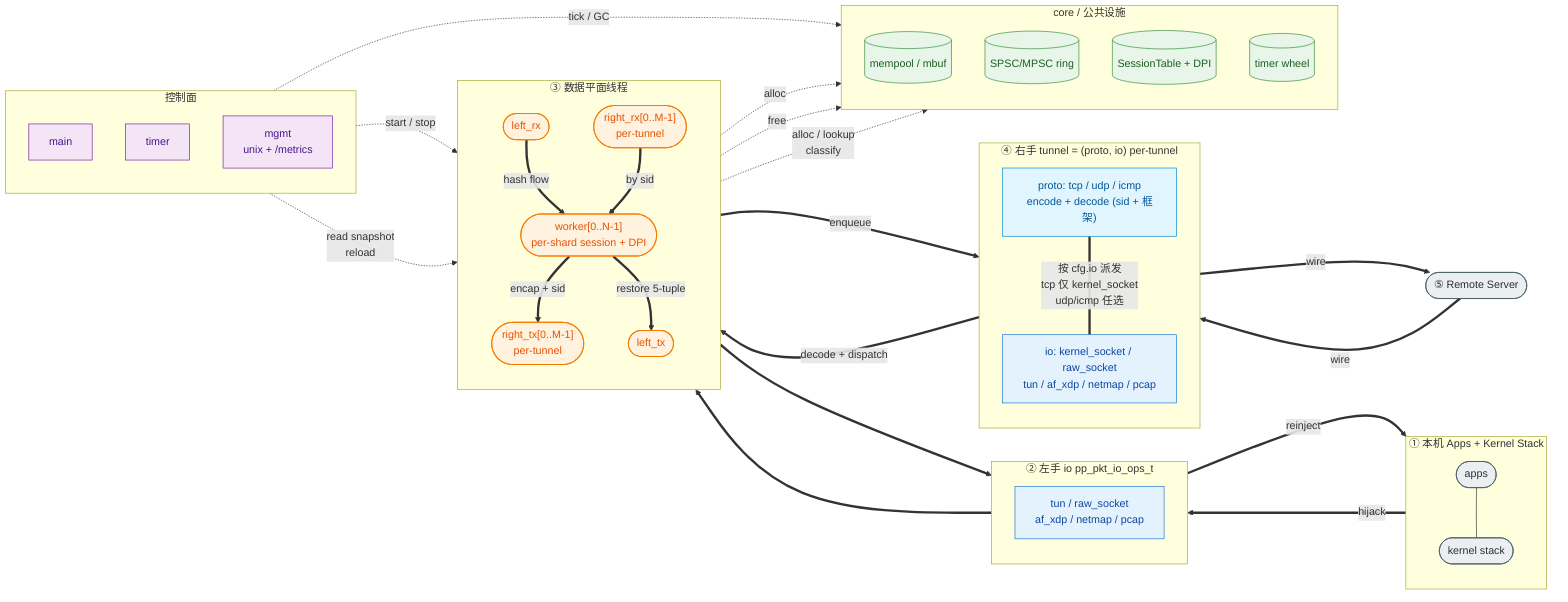
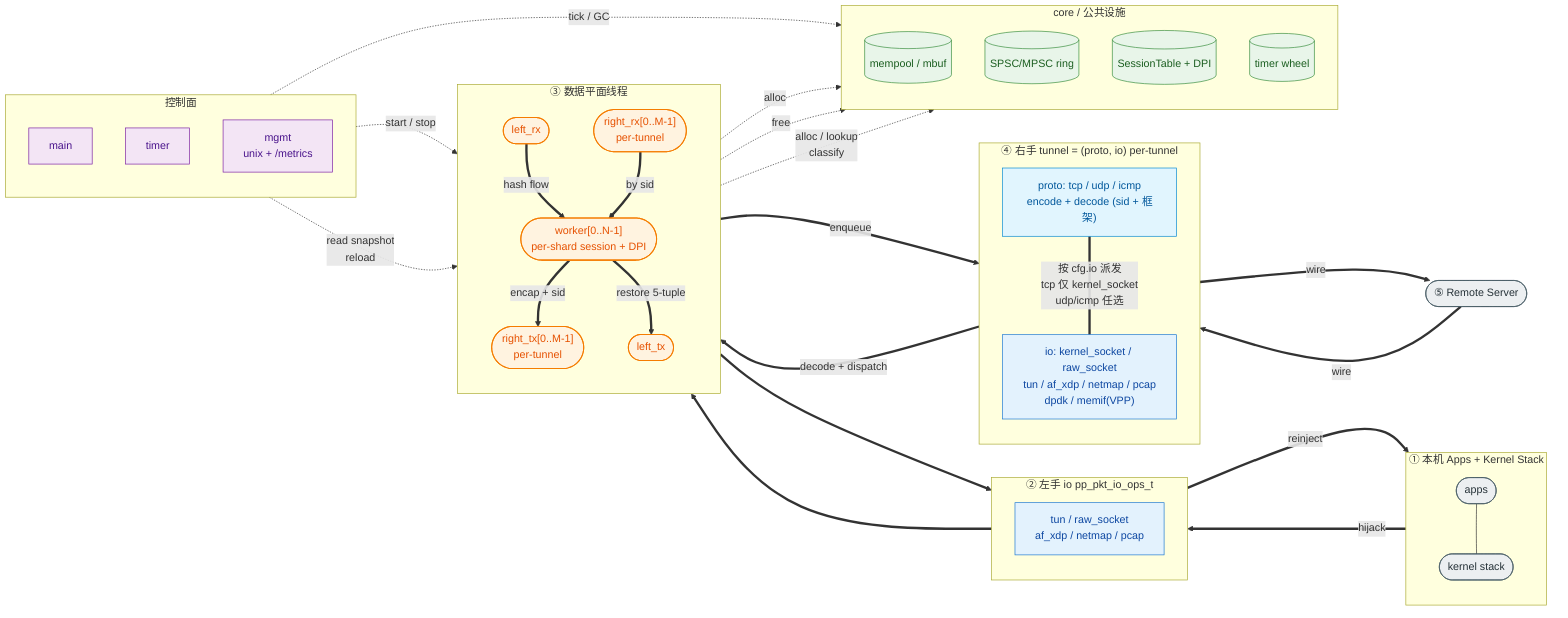
%% pproxy 总体架构
%% 设计原则：
%%   · 数据平面一条主干（粗箭头），从左到右读
%%   · 公共设施 / 控制面放两侧，用聚合虚线表示"使用 / 调度"
%%   · 右手 = proto（编码）+ io（怎么发字节），分两层但只画聚合边
%%     具体 (proto × io) 组合见 README 表格，避免在图里塞一堆交叉线
%%   · 配色：外部=灰 io=蓝 proto=浅蓝 线程=橙 core=绿 control=紫
flowchart LR
    classDef ext    fill:#ECEFF1,stroke:#455A64,color:#263238;
    classDef io     fill:#E3F2FD,stroke:#1976D2,color:#0D47A1;
    classDef proto  fill:#E1F5FE,stroke:#0288D1,color:#01579B;
    classDef thread fill:#FFF3E0,stroke:#F57C00,color:#E65100,stroke-width:1.5px;
    classDef core   fill:#E8F5E9,stroke:#388E3C,color:#1B5E20;
    classDef mgmt   fill:#F3E5F5,stroke:#7B1FA2,color:#4A148C;

    subgraph HOST["① 本机 Apps + Kernel Stack"]
        direction TB
        APP(["apps"]):::ext
        KS(["kernel stack"]):::ext
        APP --- KS
    end

    subgraph LIO["② 左手 io pp_pkt_io_ops_t"]
        direction TB
        TUN_L["tun / raw_socket<br/>af_xdp / netmap / pcap"]:::io
    end

    subgraph DP["③ 数据平面线程"]
        direction TB
        LRX(["left_rx"]):::thread
        WK(["worker[0..N-1]<br/>per-shard session + DPI"]):::thread
        LTX(["left_tx"]):::thread
        RTX(["right_tx[0..M-1]<br/>per-tunnel"]):::thread
        RRX(["right_rx[0..M-1]<br/>per-tunnel"]):::thread
    end

    subgraph RTUN["④ 右手 tunnel = (proto, io) per-tunnel"]
        direction TB
        RPROTO["proto: tcp / udp / icmp<br/>encode + decode (sid + 框架)"]:::proto
-         RIOX["io: kernel_socket / raw_socket<br/>tun / af_xdp / netmap / pcap"]:::io
+         RIOX["io: kernel_socket / raw_socket<br/>tun / af_xdp / netmap / pcap<br/>dpdk / memif(VPP)"]:::io
        RPROTO ===|"按 cfg.io 派发<br/>tcp 仅 kernel_socket<br/>udp/icmp 任选"| RIOX
    end

    SRV(["⑤ Remote Server"]):::ext

    subgraph CORE["core / 公共设施"]
        direction TB
        MP[("mempool / mbuf")]:::core
        RG[("SPSC/MPSC ring")]:::core
        ST[("SessionTable + DPI")]:::core
        TW[("timer wheel")]:::core
    end

    subgraph CP["控制面"]
        direction TB
        MAIN["main"]:::mgmt
        TM["timer"]:::mgmt
        MG["mgmt<br/>unix + /metrics"]:::mgmt
    end

    KS ==>|hijack| TUN_L
    TUN_L ==> LRX
    LRX ==>|hash flow| WK
    WK ==>|encap + sid| RTX
    RTX ==>|enqueue| RPROTO
    RIOX ==>|wire| SRV

    SRV ==>|wire| RIOX
    RPROTO ==>|"decode + dispatch"| RRX
    RRX ==>|by sid| WK
    WK ==>|restore 5-tuple| LTX
    LTX ==> TUN_L
    TUN_L ==>|reinject| KS

    WK -.->|"alloc / lookup<br/>classify"| CORE
    LRX -.->|alloc| MP
    LTX -.->|free| MP
    MAIN -.->|start / stop| DP
    TM -.->|tick / GC| ST
    MG -.->|"read snapshot<br/>reload"| DP
